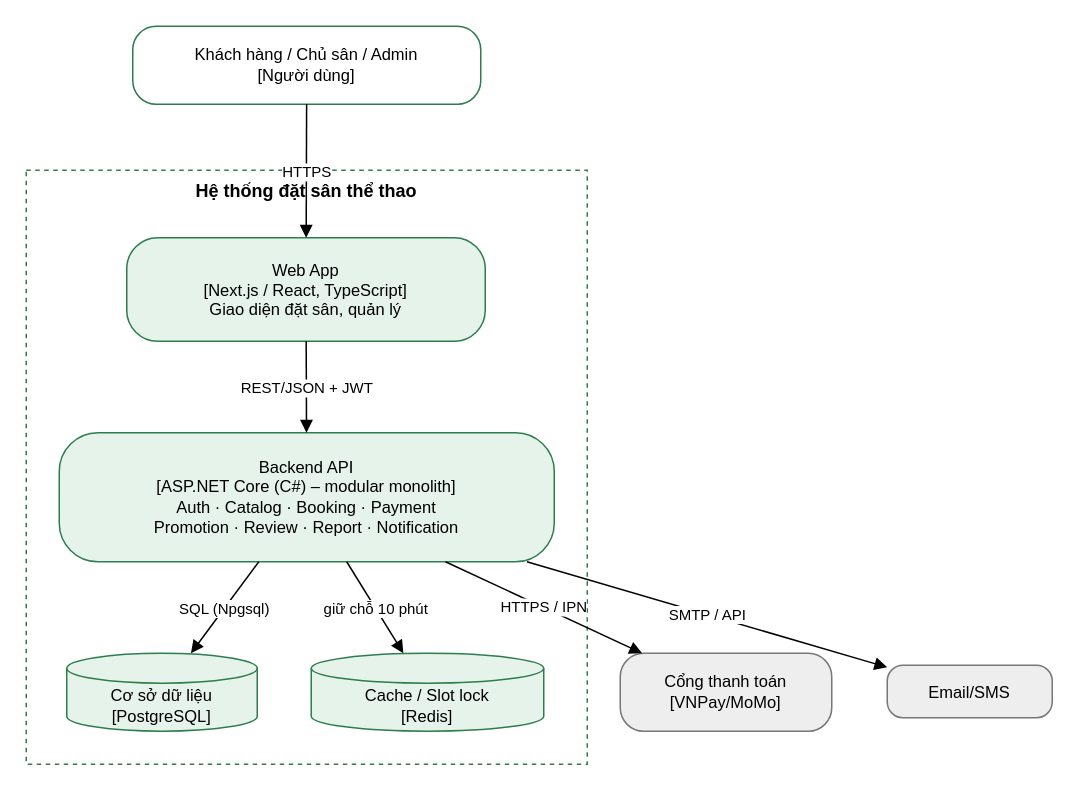
The draw.io diagram docs/02_C4_Container.drawio in bjruly/sports-court-booking-system, before the edit. Source tidied: cells renumbered, new cells numbered last; positions are measured from the earlier drawing's top-left corner, leaving out a move shared by most shapes. Both pictures are drawn from the tidied source at 150%, with x=0, y=0 at pixel (26, 26).
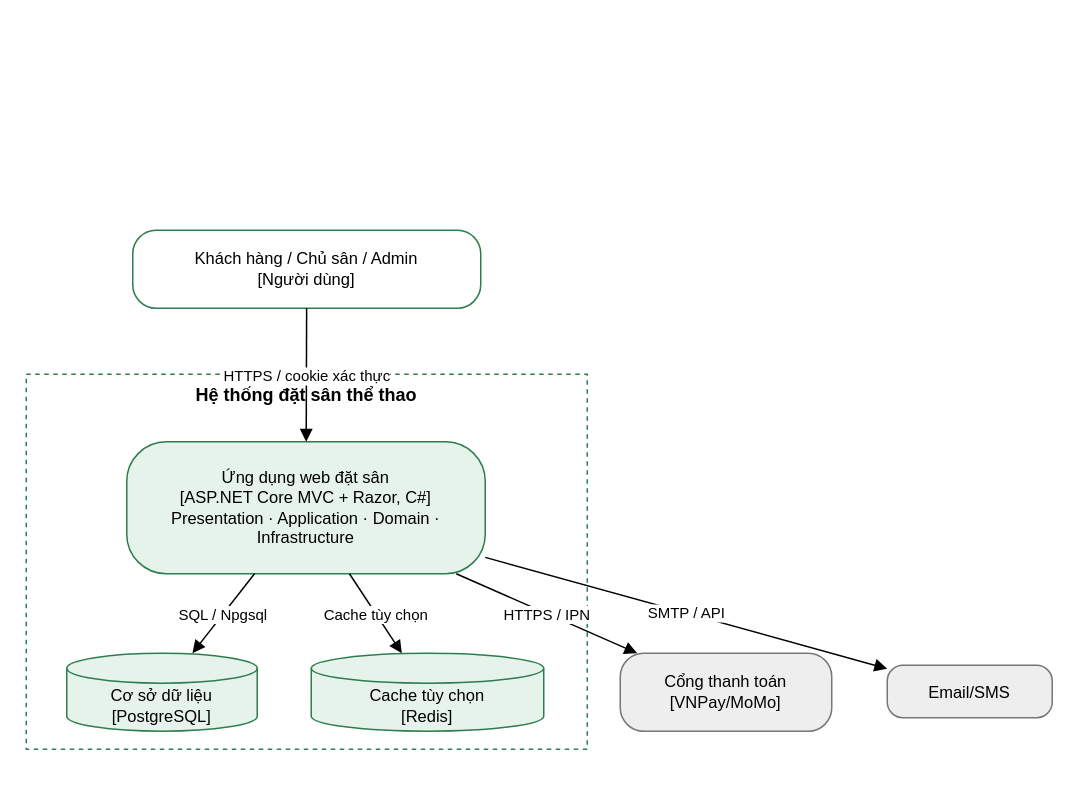
The same diagram, later.

Commit message (it also covers changes not shown here):
docs: correct report and architecture references

Diff of the diagram source:
```diff
@@
 <mxGraphModel>
   <root>
     <mxCell id="0" />
     <mxCell id="1" parent="0" />
     <mxCell id="2" value="Hệ thống đặt sân thể thao" style="rounded=0;whiteSpace=wrap;html=1;fillColor=none;strokeColor=#2E7D4F;dashed=1;verticalAlign=top;fontStyle=1;fontSize=12;" parent="1" vertex="1">
-      <mxGeometry y="96" width="374" height="396" as="geometry" />
+      <mxGeometry y="232" width="374" height="250" as="geometry" />
     </mxCell>
     <mxCell id="3" value="Khách hàng / Chủ sân / Admin&lt;br&gt;[Người dùng]" style="rounded=1;arcSize=30;whiteSpace=wrap;html=1;fillColor=#FFFFFF;strokeColor=#2E7D4F;fontSize=11;" parent="1" vertex="1">
-      <mxGeometry x="71" width="232" height="52" as="geometry" />
+      <mxGeometry x="71" y="136" width="232" height="52" as="geometry" />
     </mxCell>
-    <mxCell id="4" value="Web App&lt;br&gt;[Next.js / React, TypeScript]&lt;br&gt;Giao diện đặt sân, quản lý" style="rounded=1;arcSize=30;whiteSpace=wrap;html=1;fillColor=#E6F3EA;strokeColor=#2E7D4F;fontSize=11;" parent="1" vertex="1">
-      <mxGeometry x="67" y="141" width="239" height="69" as="geometry" />
+    <mxCell id="4" value="Ứng dụng web đặt sân&lt;br&gt;[ASP.NET Core MVC + Razor, C#]&lt;br&gt;Presentation · Application · Domain · Infrastructure" style="rounded=1;arcSize=30;whiteSpace=wrap;html=1;fillColor=#E6F3EA;strokeColor=#2E7D4F;fontSize=11;" parent="1" vertex="1">
+      <mxGeometry x="67" y="277" width="239" height="88" as="geometry" />
     </mxCell>
-    <mxCell id="5" value="Backend API&lt;br&gt;[ASP.NET Core (C#) – modular monolith]&lt;br&gt;Auth · Catalog · Booking · Payment&lt;br&gt;Promotion · Review · Report · Notification" style="rounded=1;arcSize=30;whiteSpace=wrap;html=1;fillColor=#E6F3EA;strokeColor=#2E7D4F;fontSize=11;" parent="1" vertex="1">
-      <mxGeometry x="22" y="271" width="330" height="86" as="geometry" />
-    </mxCell>
     <mxCell id="6" value="Cơ sở dữ liệu&lt;br&gt;[PostgreSQL]" style="shape=cylinder3;whiteSpace=wrap;html=1;boundedLbl=1;backgroundOutline=1;size=10;fillColor=#E6F3EA;strokeColor=#2E7D4F;fontSize=11;" parent="1" vertex="1">
       <mxGeometry x="27" y="418" width="127" height="52" as="geometry" />
     </mxCell>
-    <mxCell id="7" value="Cache / Slot lock&lt;br&gt;[Redis]" style="shape=cylinder3;whiteSpace=wrap;html=1;boundedLbl=1;backgroundOutline=1;size=10;fillColor=#E6F3EA;strokeColor=#2E7D4F;fontSize=11;" parent="1" vertex="1">
+    <mxCell id="7" value="Cache tùy chọn&lt;br&gt;[Redis]" style="shape=cylinder3;whiteSpace=wrap;html=1;boundedLbl=1;backgroundOutline=1;size=10;fillColor=#E6F3EA;strokeColor=#2E7D4F;fontSize=11;" parent="1" vertex="1">
       <mxGeometry x="190" y="418" width="155" height="52" as="geometry" />
     </mxCell>
     <mxCell id="8" value="Cổng thanh toán&lt;br&gt;[VNPay/MoMo]" style="rounded=1;arcSize=30;whiteSpace=wrap;html=1;fillColor=#EEEEEE;strokeColor=#777777;fontSize=11;" parent="1" vertex="1">
       <mxGeometry x="396" y="418" width="141" height="52" as="geometry" />
     </mxCell>
     <mxCell id="9" value="Email/SMS" style="rounded=1;arcSize=30;whiteSpace=wrap;html=1;fillColor=#EEEEEE;strokeColor=#777777;fontSize=11;" parent="1" vertex="1">
       <mxGeometry x="574" y="426" width="110" height="35" as="geometry" />
     </mxCell>
-    <mxCell id="10" value="HTTPS" style="endArrow=block;endFill=1;html=1;rounded=0;fontSize=10;" parent="1" edge="1" source="3" target="4">
+    <mxCell id="10" value="HTTPS / cookie xác thực" style="endArrow=block;endFill=1;html=1;rounded=0;fontSize=10;" parent="1" edge="1" source="3" target="4">
       <mxGeometry relative="1" as="geometry" />
     </mxCell>
-    <mxCell id="11" value="REST/JSON + JWT" style="endArrow=block;endFill=1;html=1;rounded=0;fontSize=10;" parent="1" edge="1" source="4" target="5">
-      <mxGeometry relative="1" as="geometry" />
-    </mxCell>
-    <mxCell id="12" value="SQL (Npgsql)" style="endArrow=block;endFill=1;html=1;rounded=0;fontSize=10;" parent="1" edge="1" source="5" target="6">
+    <mxCell id="12" value="SQL / Npgsql" style="endArrow=block;endFill=1;html=1;rounded=0;fontSize=10;" parent="1" edge="1" source="4" target="6">
       <mxGeometry relative="1" as="geometry" />
     </mxCell>
-    <mxCell id="13" value="giữ chỗ 10 phút" style="endArrow=block;endFill=1;html=1;rounded=0;fontSize=10;" parent="1" edge="1" source="5" target="7">
+    <mxCell id="13" value="Cache tùy chọn" style="endArrow=block;endFill=1;html=1;rounded=0;fontSize=10;" parent="1" edge="1" source="4" target="7">
       <mxGeometry relative="1" as="geometry" />
     </mxCell>
-    <mxCell id="14" value="HTTPS / IPN" style="endArrow=block;endFill=1;html=1;rounded=0;fontSize=10;" parent="1" edge="1" source="5" target="8">
+    <mxCell id="14" value="HTTPS / IPN" style="endArrow=block;endFill=1;html=1;rounded=0;fontSize=10;" parent="1" edge="1" source="4" target="8">
       <mxGeometry relative="1" as="geometry" />
     </mxCell>
-    <mxCell id="15" value="SMTP / API" style="endArrow=block;endFill=1;html=1;rounded=0;fontSize=10;" parent="1" edge="1" source="5" target="9">
+    <mxCell id="15" value="SMTP / API" style="endArrow=block;endFill=1;html=1;rounded=0;fontSize=10;" parent="1" edge="1" source="4" target="9">
       <mxGeometry relative="1" as="geometry" />
     </mxCell>
   </root>
 </mxGraphModel>
```
